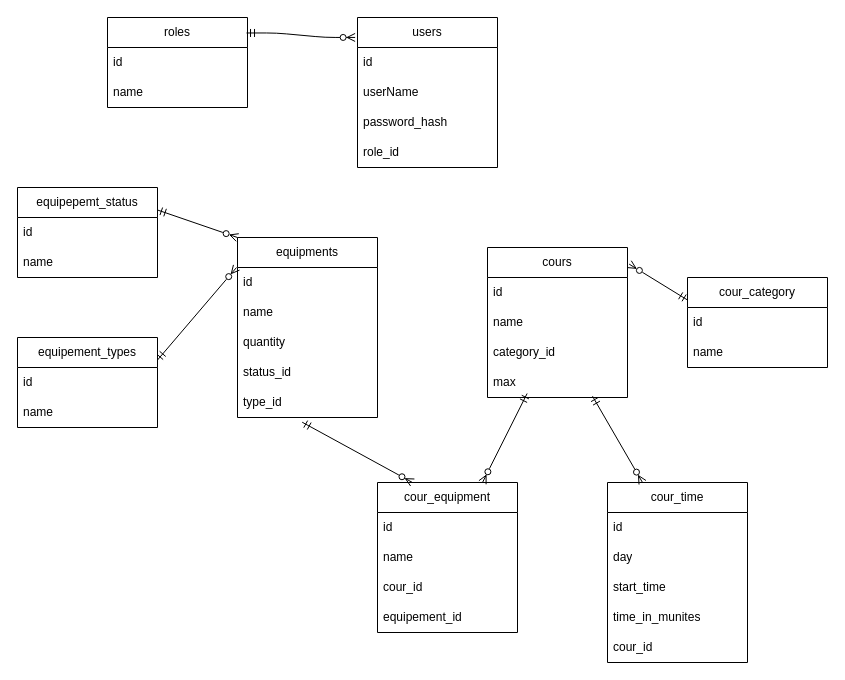
Before: schemas/schema.drawio in amineElgaini/gym, a draw.io diagram. Source tidied: cells renumbered, new cells numbered last; positions are measured from the earlier drawing's top-left corner, leaving out a move shared by most shapes. Both pictures are drawn from the tidied source at 100%, with x=0, y=0 at pixel (17, 17).
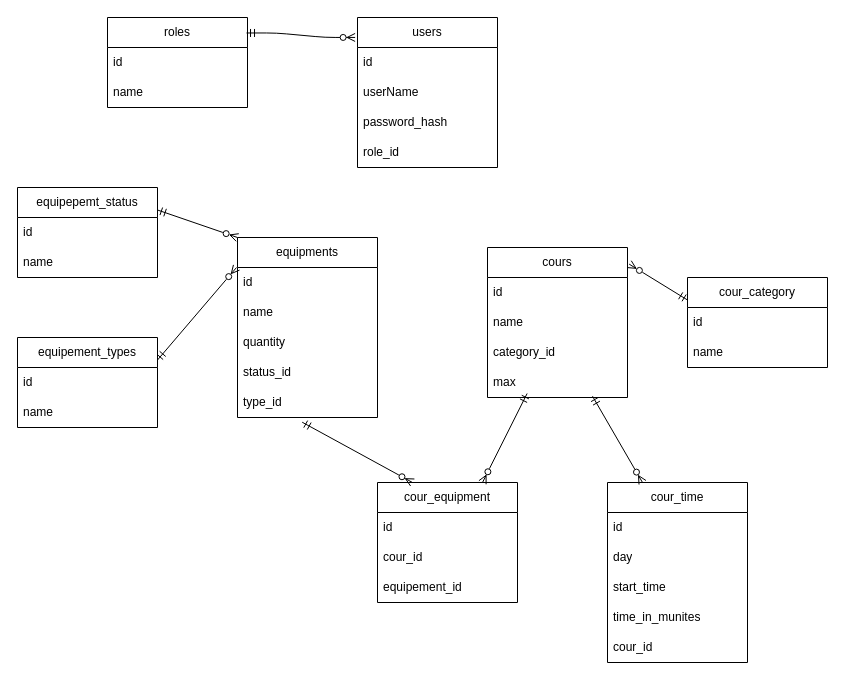
The same page after the edit.

The edit, as a diff of the source:
```diff
@@
     <mxCell id="21" value="cour_equipment" style="swimlane;fontStyle=0;horizontal=1;startSize=30;whiteSpace=wrap;html=1;" parent="1" vertex="1">
-      <mxGeometry x="360" y="465" width="140" height="150" as="geometry" />
+      <mxGeometry x="360" y="465" width="140" height="120" as="geometry" />
     </mxCell>
@@
-    <mxCell id="23" value="name" style="text;strokeColor=none;fillColor=none;align=left;verticalAlign=middle;spacingLeft=4;spacingRight=4;overflow=hidden;whiteSpace=wrap;html=1;" parent="21" vertex="1">
-      <mxGeometry y="60" width="140" height="30" as="geometry" />
-    </mxCell>
     <mxCell id="24" value="cour_id" style="text;strokeColor=none;fillColor=none;align=left;verticalAlign=middle;spacingLeft=4;spacingRight=4;overflow=hidden;whiteSpace=wrap;html=1;" parent="21" vertex="1">
-      <mxGeometry y="90" width="140" height="30" as="geometry" />
+      <mxGeometry y="60" width="140" height="30" as="geometry" />
     </mxCell>
     <mxCell id="25" value="equipement_id" style="text;strokeColor=none;fillColor=none;align=left;verticalAlign=middle;spacingLeft=4;spacingRight=4;overflow=hidden;whiteSpace=wrap;html=1;" parent="21" vertex="1">
-      <mxGeometry y="120" width="140" height="30" as="geometry" />
+      <mxGeometry y="90" width="140" height="30" as="geometry" />
     </mxCell>
```
